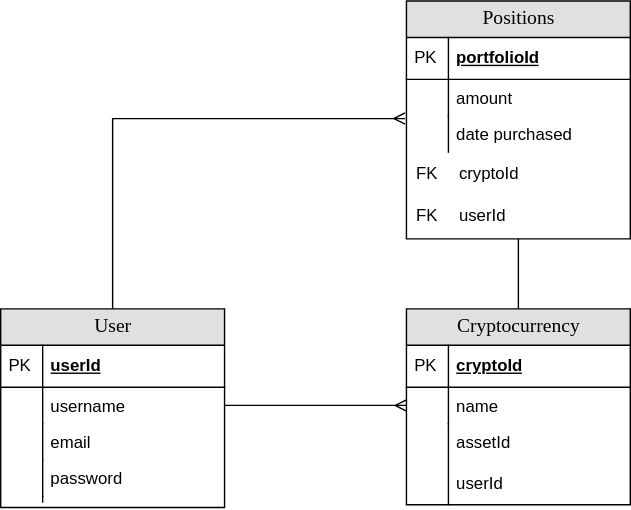
brnguy/Crypto-Tracker keeps this draw.io diagram as ERD.svg. Above is the earlier version. Source tidied: cells renumbered, new cells last; positions are measured from the earlier drawing's top-left corner, leaving out a move shared by most shapes.
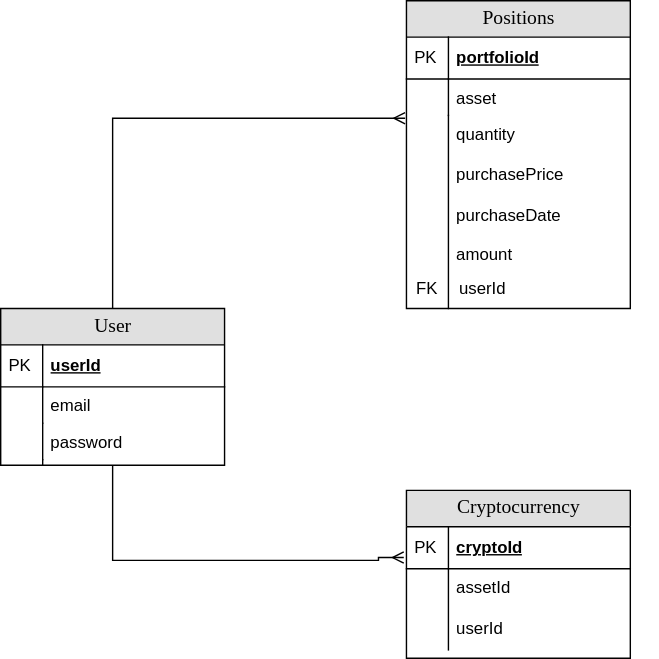
The same diagram one commit later.

The edit, as a diff of the source:
```diff
@@ -3,7 +3,7 @@
     <mxCell id="0" />
     <mxCell id="1" parent="0" />
     <mxCell id="2" value="Positions" style="swimlane;html=1;fontStyle=0;horizontal=1;startSize=26;fillColor=#e0e0e0;swimlaneFillColor=#ffffff;align=center;rounded=0;shadow=0;comic=0;labelBackgroundColor=none;strokeWidth=1;fontFamily=Verdana;fontSize=14;" parent="1" vertex="1">
-      <mxGeometry x="290" width="160" height="170" as="geometry" />
+      <mxGeometry x="290" width="160" height="220" as="geometry" />
     </mxCell>
     <mxCell id="3" value="portfolioId" style="shape=partialRectangle;top=0;left=0;right=0;bottom=1;html=1;align=left;verticalAlign=middle;fillColor=none;spacingLeft=34;spacingRight=4;whiteSpace=wrap;overflow=hidden;fontStyle=5;" parent="2" vertex="1">
       <mxGeometry y="26" width="160" height="30" as="geometry" />
@@ -11,44 +11,20 @@
     <mxCell id="4" value="PK" style="shape=partialRectangle;top=0;left=0;bottom=0;html=1;fillColor=none;align=left;verticalAlign=middle;spacingLeft=4;spacingRight=4;whiteSpace=wrap;overflow=hidden;" parent="3" vertex="1">
       <mxGeometry width="30" height="30" as="geometry" />
     </mxCell>
-    <mxCell id="5" value="amount" style="shape=partialRectangle;top=0;left=0;right=0;bottom=0;html=1;align=left;verticalAlign=top;fillColor=none;spacingLeft=34;spacingRight=4;whiteSpace=wrap;overflow=hidden;points=[[0,0.5],[1,0.5]];portConstraint=eastwest;" parent="2" vertex="1">
+    <mxCell id="5" value="asset" style="shape=partialRectangle;top=0;left=0;right=0;bottom=0;html=1;align=left;verticalAlign=top;fillColor=none;spacingLeft=34;spacingRight=4;whiteSpace=wrap;overflow=hidden;points=[[0,0.5],[1,0.5]];portConstraint=eastwest;" parent="2" vertex="1">
       <mxGeometry y="56" width="160" height="26" as="geometry" />
     </mxCell>
     <mxCell id="6" style="shape=partialRectangle;top=0;left=0;bottom=0;html=1;fillColor=none;align=left;verticalAlign=top;spacingLeft=4;spacingRight=4;whiteSpace=wrap;overflow=hidden;" parent="5" vertex="1">
       <mxGeometry width="30" height="26" as="geometry" />
     </mxCell>
-    <mxCell id="7" value="date purchased" style="shape=partialRectangle;top=0;left=0;right=0;bottom=0;html=1;align=left;verticalAlign=top;fillColor=none;spacingLeft=34;spacingRight=4;whiteSpace=wrap;overflow=hidden;" parent="2" vertex="1">
-      <mxGeometry y="82" width="160" height="26" as="geometry" />
+    <mxCell id="7" value="quantity&lt;br&gt;&lt;br&gt;purchasePrice&lt;br&gt;&lt;br&gt;purchaseDate&lt;br&gt;&lt;br&gt;amount" style="shape=partialRectangle;top=0;left=0;right=0;bottom=0;html=1;align=left;verticalAlign=top;fillColor=none;spacingLeft=34;spacingRight=4;whiteSpace=wrap;overflow=hidden;" parent="2" vertex="1">
+      <mxGeometry y="82" width="160" height="138" as="geometry" />
     </mxCell>
     <mxCell id="8" style="shape=partialRectangle;top=0;left=0;bottom=0;html=1;fillColor=none;align=left;verticalAlign=top;spacingLeft=4;spacingRight=4;whiteSpace=wrap;overflow=hidden;" parent="7" vertex="1">
-      <mxGeometry width="30" height="26" as="geometry" />
+      <mxGeometry width="30" height="138" as="geometry" />
     </mxCell>
-    <mxCell id="9" style="shape=table;startSize=0;rowLines=0;fontStyle=0;align=center;strokeColor=none;fillColor=none;labelBackgroundColor=#FFFFFF;" parent="2" vertex="1">
-      <mxGeometry y="108" width="160" height="62" as="geometry" />
-    </mxCell>
-    <mxCell id="10" style="shape=tableRow;horizontal=0;startSize=0;swimlaneHead=0;swimlaneBody=0;fillColor=none;top=0;left=0;right=0;bottom=0;labelBackgroundColor=#FFFFFF;" parent="9" vertex="1">
-      <mxGeometry width="160" height="30" as="geometry" />
-    </mxCell>
-    <mxCell id="11" value="FK" style="shape=partialRectangle;fillColor=none;top=0;left=0;bottom=0;right=0;fontStyle=0;overflow=hidden;labelBackgroundColor=#FFFFFF;" parent="10" vertex="1">
-      <mxGeometry width="30" height="30" as="geometry" />
-    </mxCell>
-    <mxCell id="12" value="cryptoId" style="shape=partialRectangle;fillColor=none;top=0;left=0;bottom=0;right=0;align=left;spacingLeft=6;fontStyle=0;overflow=hidden;labelBackgroundColor=#FFFFFF;" parent="10" vertex="1">
-      <mxGeometry x="30" width="130" height="30" as="geometry" />
-    </mxCell>
-    <mxCell id="13" style="shape=tableRow;horizontal=0;startSize=0;swimlaneHead=0;swimlaneBody=0;fillColor=none;top=0;left=0;right=0;bottom=0;labelBackgroundColor=#FFFFFF;" parent="9" vertex="1">
-      <mxGeometry y="30" width="160" height="30" as="geometry" />
-    </mxCell>
-    <mxCell id="14" value="FK" style="shape=partialRectangle;fillColor=none;top=0;left=0;bottom=0;right=0;fontStyle=0;overflow=hidden;labelBackgroundColor=#FFFFFF;" parent="13" vertex="1">
-      <mxGeometry width="30" height="30" as="geometry" />
-    </mxCell>
-    <mxCell id="15" value="userId" style="shape=partialRectangle;fillColor=none;top=0;left=0;bottom=0;right=0;align=left;spacingLeft=6;fontStyle=0;overflow=hidden;labelBackgroundColor=#FFFFFF;" parent="13" vertex="1">
-      <mxGeometry x="30" width="130" height="30" as="geometry" />
-    </mxCell>
-    <mxCell id="16" style="edgeStyle=orthogonalEdgeStyle;rounded=0;jettySize=auto;html=1;exitX=0.5;exitY=0;exitDx=0;exitDy=0;entryX=0.5;entryY=1;entryDx=0;entryDy=0;endArrow=none;endFill=0;" parent="1" edge="1" source="17" target="9">
-      <mxGeometry relative="1" as="geometry" />
-    </mxCell>
     <mxCell id="17" value="Cryptocurrency" style="swimlane;html=1;fontStyle=0;horizontal=1;startSize=26;fillColor=#e0e0e0;swimlaneFillColor=#ffffff;align=center;rounded=0;shadow=0;comic=0;labelBackgroundColor=none;strokeWidth=1;fontFamily=Verdana;fontSize=14;" parent="1" vertex="1">
-      <mxGeometry x="290" y="220" width="160" height="140" as="geometry" />
+      <mxGeometry x="290" y="350" width="160" height="120" as="geometry" />
     </mxCell>
     <mxCell id="18" value="cryptoId" style="shape=partialRectangle;top=0;left=0;right=0;bottom=1;html=1;align=left;verticalAlign=middle;fillColor=none;spacingLeft=34;spacingRight=4;whiteSpace=wrap;overflow=hidden;points=[[0,0.5],[1,0.5]];portConstraint=eastwest;fontStyle=5;" parent="17" vertex="1">
       <mxGeometry y="26" width="160" height="30" as="geometry" />
@@ -56,14 +32,8 @@
     <mxCell id="19" value="PK" style="shape=partialRectangle;top=0;left=0;bottom=0;html=1;fillColor=none;align=left;verticalAlign=middle;spacingLeft=4;spacingRight=4;whiteSpace=wrap;overflow=hidden;" parent="18" vertex="1">
       <mxGeometry width="30" height="30" as="geometry" />
     </mxCell>
-    <mxCell id="20" value="name" style="shape=partialRectangle;top=0;left=0;right=0;bottom=0;html=1;align=left;verticalAlign=top;fillColor=none;spacingLeft=34;spacingRight=4;whiteSpace=wrap;overflow=hidden;points=[[0,0.5],[1,0.5]];portConstraint=eastwest;" parent="17" vertex="1">
-      <mxGeometry y="56" width="160" height="26" as="geometry" />
-    </mxCell>
-    <mxCell id="21" style="shape=partialRectangle;top=0;left=0;bottom=0;html=1;fillColor=none;align=left;verticalAlign=top;spacingLeft=4;spacingRight=4;whiteSpace=wrap;overflow=hidden;" parent="20" vertex="1">
-      <mxGeometry width="30" height="26" as="geometry" />
-    </mxCell>
     <mxCell id="22" value="assetId&lt;br&gt;&lt;br&gt;userId" style="shape=partialRectangle;top=0;left=0;right=0;bottom=0;html=1;align=left;verticalAlign=top;fillColor=none;spacingLeft=34;spacingRight=4;whiteSpace=wrap;overflow=hidden;" parent="17" vertex="1">
-      <mxGeometry y="82" width="160" height="58" as="geometry" />
+      <mxGeometry y="56" width="160" height="58" as="geometry" />
     </mxCell>
     <mxCell id="23" style="shape=partialRectangle;top=0;left=0;bottom=0;html=1;fillColor=none;align=left;verticalAlign=top;spacingLeft=4;spacingRight=4;whiteSpace=wrap;overflow=hidden;" parent="22" vertex="1">
       <mxGeometry width="30" height="58" as="geometry" />
@@ -72,7 +42,7 @@
       <mxGeometry relative="1" as="geometry" />
     </mxCell>
     <mxCell id="25" value="User" style="swimlane;html=1;fontStyle=0;horizontal=1;startSize=26;fillColor=#e0e0e0;swimlaneFillColor=#ffffff;align=center;rounded=0;shadow=0;comic=0;labelBackgroundColor=none;strokeWidth=1;fontFamily=Verdana;fontSize=14;" parent="1" vertex="1">
-      <mxGeometry y="220" width="160" height="142" as="geometry" />
+      <mxGeometry y="220" width="160" height="112" as="geometry" />
     </mxCell>
     <mxCell id="26" value="userId" style="shape=partialRectangle;top=0;left=0;right=0;bottom=1;html=1;align=left;verticalAlign=middle;fillColor=none;spacingLeft=34;spacingRight=4;whiteSpace=wrap;overflow=hidden;fontStyle=5;" parent="25" vertex="1">
       <mxGeometry y="26" width="160" height="30" as="geometry" />
@@ -80,32 +50,44 @@
     <mxCell id="27" value="PK" style="shape=partialRectangle;top=0;left=0;bottom=0;html=1;fillColor=none;align=left;verticalAlign=middle;spacingLeft=4;spacingRight=4;whiteSpace=wrap;overflow=hidden;" parent="26" vertex="1">
       <mxGeometry width="30" height="30" as="geometry" />
     </mxCell>
-    <mxCell id="28" value="username" style="shape=partialRectangle;top=0;left=0;right=0;bottom=0;html=1;align=left;verticalAlign=top;fillColor=none;spacingLeft=34;spacingRight=4;whiteSpace=wrap;overflow=hidden;points=[[0,0.5],[1,0.5]];portConstraint=eastwest;" parent="25" vertex="1">
-      <mxGeometry y="56" width="160" height="26" as="geometry" />
-    </mxCell>
-    <mxCell id="29" style="shape=partialRectangle;top=0;left=0;bottom=0;html=1;fillColor=none;align=left;verticalAlign=top;spacingLeft=4;spacingRight=4;whiteSpace=wrap;overflow=hidden;" parent="28" vertex="1">
-      <mxGeometry width="30" height="26" as="geometry" />
-    </mxCell>
     <mxCell id="30" value="email" style="shape=partialRectangle;top=0;left=0;right=0;bottom=0;html=1;align=left;verticalAlign=top;fillColor=none;spacingLeft=34;spacingRight=4;whiteSpace=wrap;overflow=hidden;" parent="25" vertex="1">
-      <mxGeometry y="82" width="160" height="26" as="geometry" />
+      <mxGeometry y="56" width="160" height="26" as="geometry" />
     </mxCell>
     <mxCell id="31" style="shape=partialRectangle;top=0;left=0;bottom=0;html=1;fillColor=none;align=left;verticalAlign=top;spacingLeft=4;spacingRight=4;whiteSpace=wrap;overflow=hidden;" parent="30" vertex="1">
       <mxGeometry width="30" height="26" as="geometry" />
     </mxCell>
     <mxCell id="32" value="password" style="shape=partialRectangle;top=0;left=0;right=0;bottom=0;html=1;align=left;verticalAlign=top;fillColor=none;spacingLeft=34;spacingRight=4;whiteSpace=wrap;overflow=hidden;" parent="25" vertex="1">
-      <mxGeometry y="108" width="160" height="26" as="geometry" />
+      <mxGeometry y="82" width="160" height="26" as="geometry" />
     </mxCell>
     <mxCell id="33" style="shape=partialRectangle;top=0;left=0;bottom=0;html=1;fillColor=none;align=left;verticalAlign=top;spacingLeft=4;spacingRight=4;whiteSpace=wrap;overflow=hidden;" parent="32" vertex="1">
       <mxGeometry width="30" height="26" as="geometry" />
     </mxCell>
     <mxCell id="34" style="shape=partialRectangle;top=0;left=0;right=0;bottom=0;html=1;align=left;verticalAlign=top;fillColor=none;spacingLeft=34;spacingRight=4;whiteSpace=wrap;overflow=hidden;" parent="25" vertex="1">
-      <mxGeometry y="134" width="160" height="4" as="geometry" />
+      <mxGeometry y="108" width="160" height="4" as="geometry" />
     </mxCell>
     <mxCell id="35" style="shape=partialRectangle;top=0;left=0;bottom=0;html=1;fillColor=none;align=left;verticalAlign=top;spacingLeft=4;spacingRight=4;whiteSpace=wrap;overflow=hidden;" parent="34" vertex="1">
       <mxGeometry width="30" height="4" as="geometry" />
     </mxCell>
-    <mxCell id="36" style="edgeStyle=orthogonalEdgeStyle;rounded=0;jettySize=auto;html=1;exitX=1;exitY=0.5;exitDx=0;exitDy=0;entryX=0;entryY=0.5;entryDx=0;entryDy=0;endArrow=ERmany;endFill=0;" parent="1" edge="1" source="28" target="20">
-      <mxGeometry relative="1" as="geometry" />
+    <mxCell id="36" style="edgeStyle=orthogonalEdgeStyle;rounded=0;jettySize=auto;html=1;exitX=0.5;exitY=1;exitDx=0;exitDy=0;endArrow=ERmany;endFill=0;entryX=-0.012;entryY=0.733;entryDx=0;entryDy=0;entryPerimeter=0;" parent="1" edge="1" source="25" target="18">
+      <mxGeometry relative="1" as="geometry">
+        <Array as="points">
+          <mxPoint x="80" y="400" />
+          <mxPoint x="270" y="400" />
+          <mxPoint x="270" y="398" />
+        </Array>
+      </mxGeometry>
     </mxCell>
+    <mxCell id="37" style="shape=table;startSize=0;rowLines=0;fontStyle=0;align=center;strokeColor=none;fillColor=none;" parent="1" vertex="1">
+      <mxGeometry x="290" y="190" width="180" height="30" as="geometry" />
+    </mxCell>
+    <mxCell id="38" style="shape=tableRow;horizontal=0;startSize=0;swimlaneHead=0;swimlaneBody=0;fillColor=none;top=0;left=0;right=0;bottom=0;" parent="37" vertex="1">
+      <mxGeometry width="180" height="30" as="geometry" />
+    </mxCell>
+    <mxCell id="39" value="FK" style="shape=partialRectangle;fillColor=none;top=0;left=0;bottom=0;right=0;fontStyle=0;overflow=hidden;" parent="38" vertex="1">
+      <mxGeometry width="30" height="30" as="geometry" />
+    </mxCell>
+    <mxCell id="15" value="userId" style="shape=partialRectangle;fillColor=none;top=0;left=0;bottom=0;right=0;align=left;spacingLeft=6;fontStyle=0;overflow=hidden;" parent="38" vertex="1">
+      <mxGeometry x="30" width="150" height="30" as="geometry" />
+    </mxCell>
   </root>
 </mxGraphModel>
```
